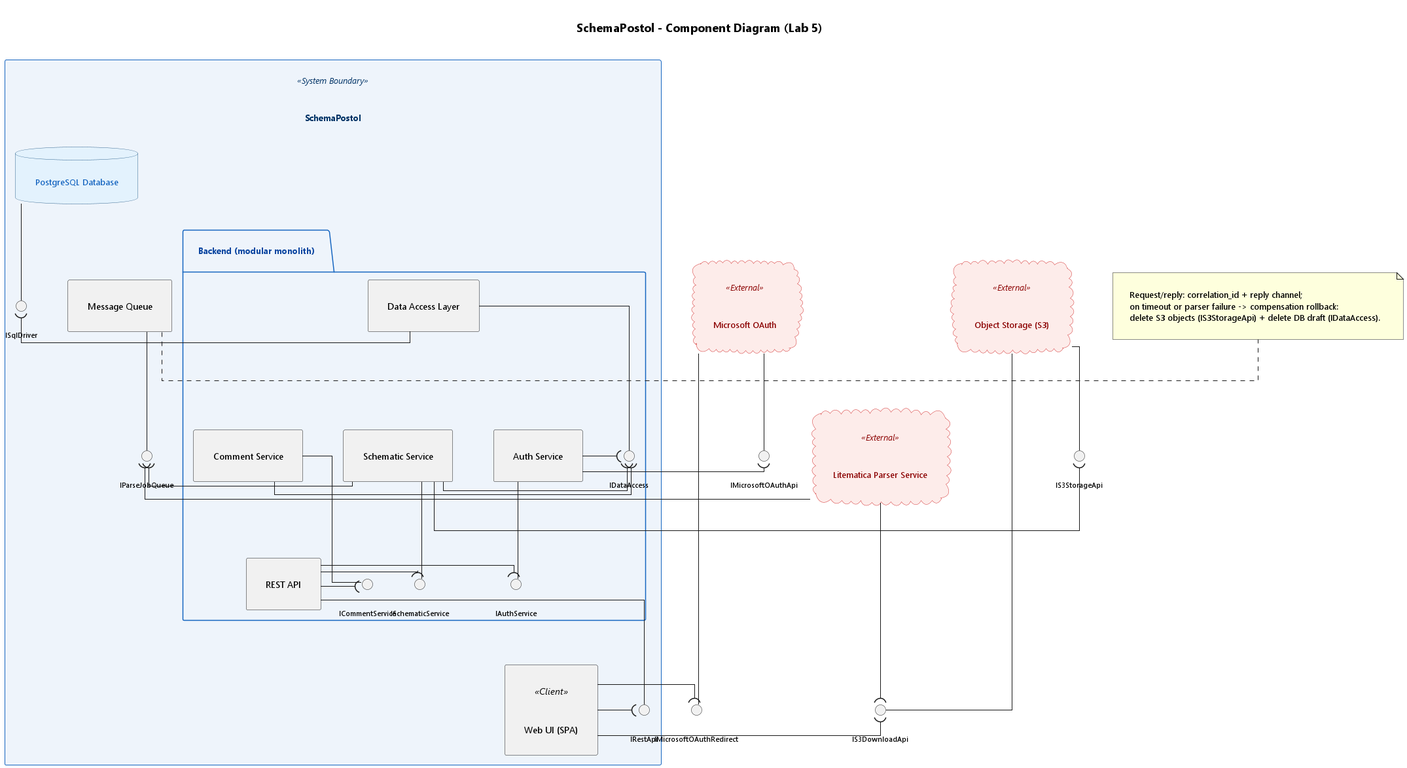
This is lab5/model/component-diagram.png from ApostolQleg/KPI2, a PlantUML export, as it was before one commit.
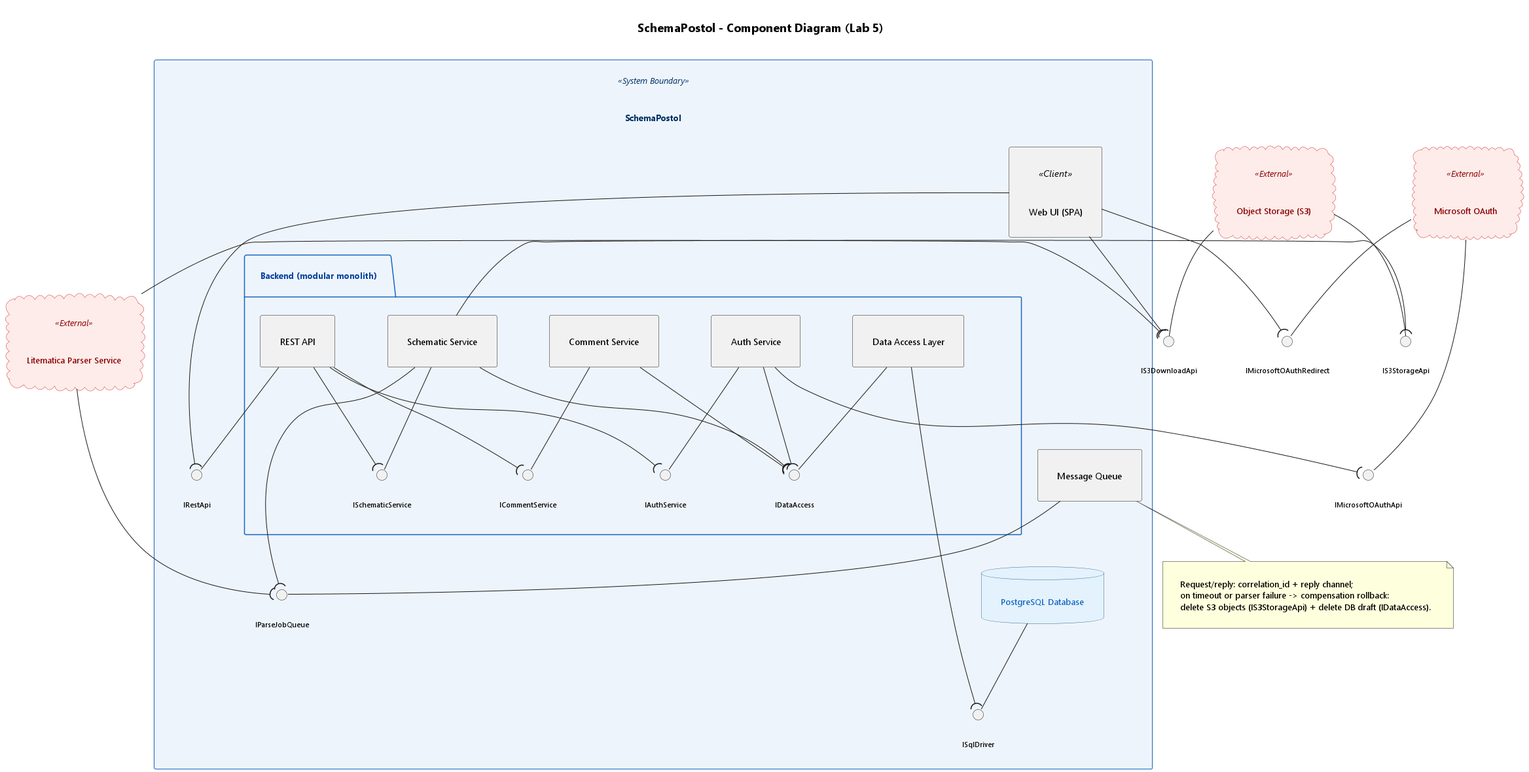
After the change.

Commit message:
fix(model): improve component diagram layout and eliminate label overlaps

Change to the diagram source:
```diff
@@ -3,9 +3,8 @@
 
 skinparam backgroundColor #FFFFFF
 skinparam shadowing false
-skinparam linetype ortho
-skinparam nodesep 62
-skinparam ranksep 84
+skinparam nodesep 80
+skinparam ranksep 65
 skinparam padding 20
 skinparam componentStyle rectangle
 skinparam defaultFontName "Segoe UI"
@@ -42,11 +41,16 @@
 
   component "Web UI (SPA)" as WEBUI <<Client>>
 
-  package "Backend (modular monolith)" {
+  package "Backend (modular monolith)" as BACKEND {
+
     component "REST API" as RESTAPI
-    component "Auth Service" as AUTHSVC
-    component "Schematic Service" as SCHEMATICSVC
-    component "Comment Service" as COMSVC
+
+    together {
+      component "Auth Service" as AUTHSVC
+      component "Schematic Service" as SCHEMATICSVC
+      component "Comment Service" as COMSVC
+    }
+
     component "Data Access Layer" as DAL
 
     interface "IAuthService" as IAUTH
@@ -56,12 +60,17 @@
   }
 
   database "PostgreSQL Database" as PGSQL
+
   component "Message Queue" as MQ
 
   interface "IRestApi" as IREST
   interface "ISqlDriver" as ISQL
   interface "IParseJobQueue" as IPQ
 }
+
+WEBUI -[hidden]down-> BACKEND
+BACKEND -[hidden]down-> MQ
+MQ -[hidden]down-> PGSQL
 
 cloud "Microsoft OAuth" as MSOAUTH <<External>>
 cloud "Object Storage (S3)" as S3 <<External>>
@@ -84,29 +93,29 @@
 S3        -- IS3R
 MQ        -- IPQ
 
-WEBUI -( IREST
-WEBUI -( IMSRED
-WEBUI -( IS3R
+WEBUI -down-( IREST
+WEBUI -down-( IMSRED
+WEBUI -down-( IS3R
 
-RESTAPI -( IAUTH
-RESTAPI -( ISCHEM
-RESTAPI -( ICOMMENT
+RESTAPI -down-( IAUTH
+RESTAPI -down-( ISCHEM
+RESTAPI -down-( ICOMMENT
 
-AUTHSVC -( IDATA
-SCHEMATICSVC -( IDATA
-COMSVC -( IDATA
+AUTHSVC -down-( IDATA
+SCHEMATICSVC -down-( IDATA
+COMSVC -down-( IDATA
 
-DAL -( ISQL
+DAL -down-( ISQL
 
-AUTHSVC -( IMSAPI
+AUTHSVC -down-( IMSAPI
 
 SCHEMATICSVC -( IS3W
-SCHEMATICSVC -( IPQ
+SCHEMATICSVC -down-( IPQ
 
 PARSER -( IPQ
 PARSER -( IS3R
 
-note right of MQ
+note bottom of MQ
   Request/reply: correlation_id + reply channel;
   on timeout or parser failure -> compensation rollback:
   delete S3 objects (IS3StorageApi) + delete DB draft (IDataAccess).
```
